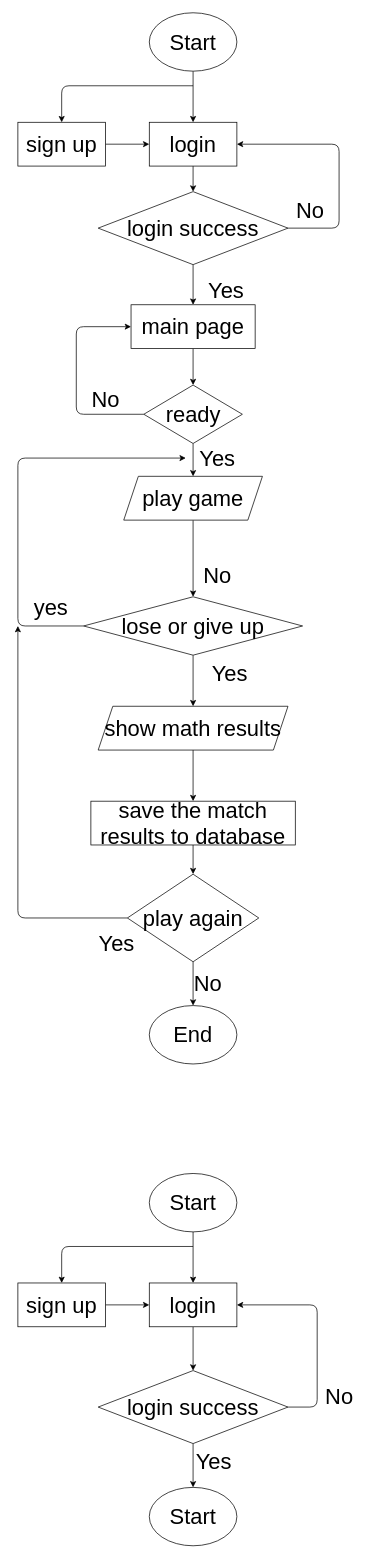
paowick/ChessButEbay keeps this draw.io diagram as Diagrams/Flowchart.drawio. Above is the earlier version. Source tidied: cells renumbered, new cells numbered last; positions are measured from the earlier drawing's top-left corner, leaving out a move shared by most shapes. Both pictures are drawn from the tidied source at 73%, with x=0, y=0 at pixel (18, 12).
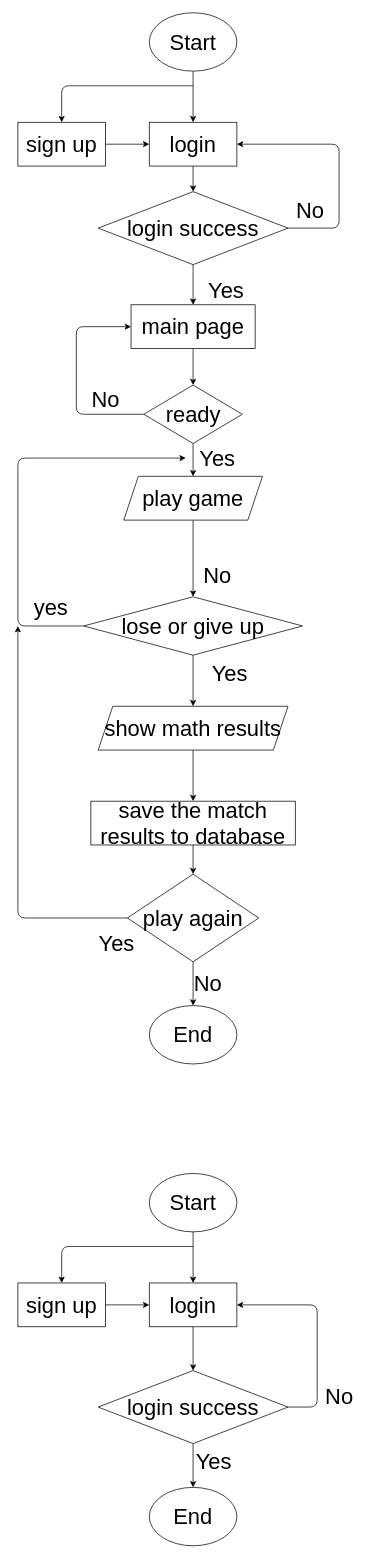
After the change.

The edit, as a diff of the source:
```diff
@@
-    <mxCell id="50" value="Start" style="ellipse;whiteSpace=wrap;html=1;fontSize=30;" parent="1" vertex="1">
+    <mxCell id="50" value="End" style="ellipse;whiteSpace=wrap;html=1;fontSize=30;" parent="1" vertex="1">
       <mxGeometry x="180" y="2020" width="120" height="80" as="geometry" />
     </mxCell>
```
